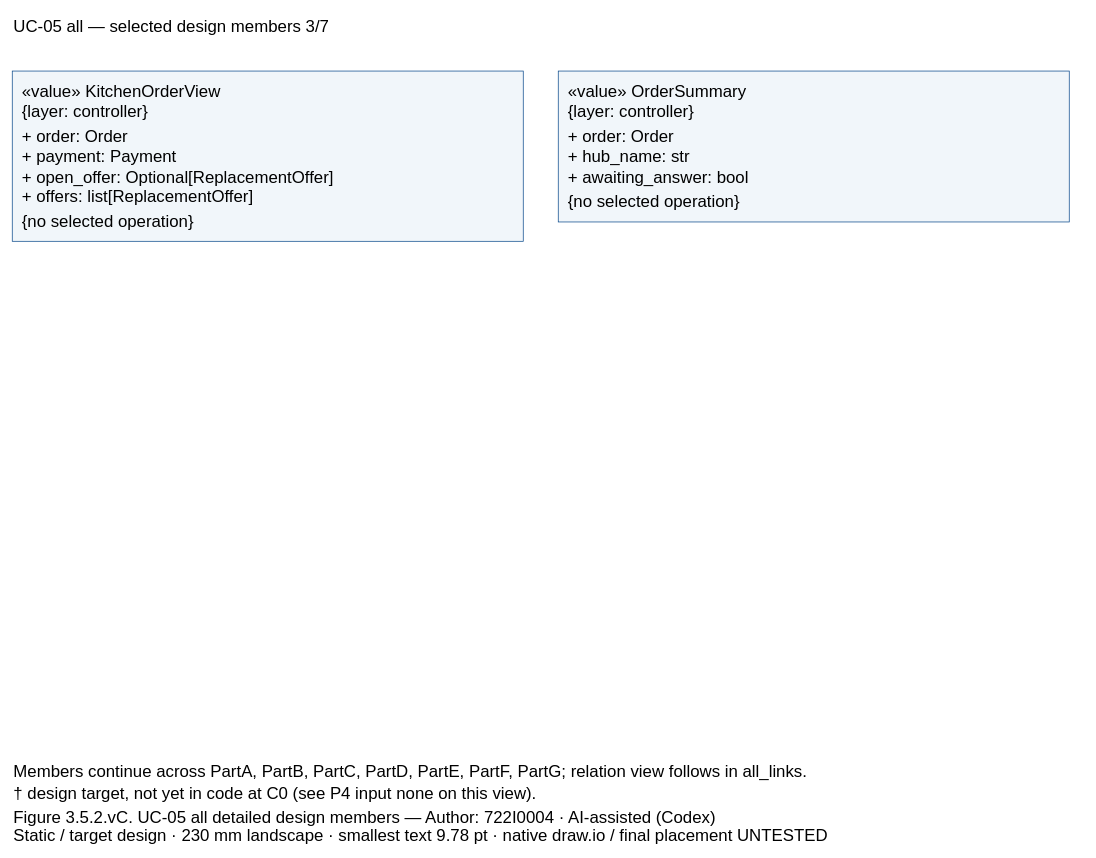
Before: models/UC-05/dcd_uc05_all_PartC.drawio in Dat071104/SaigonBite, a draw.io diagram. Source tidied: cells renumbered, new cells numbered last; positions are measured from the earlier drawing's top-left corner, leaving out a move shared by most shapes. Both pictures are drawn from the tidied source at 70%, with x=0, y=0 at pixel (12, 12).
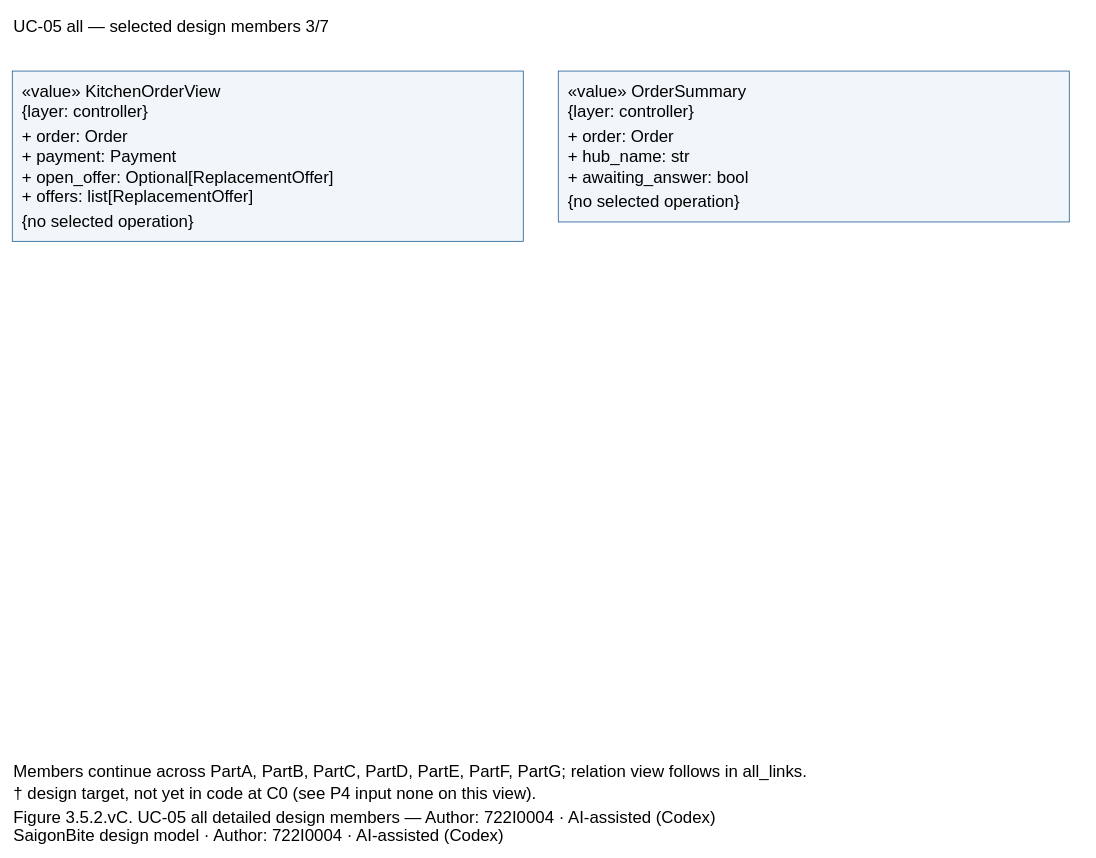
The same page after the edit.

Diff of the diagram source:
```diff
@@
 <mxGraphModel>
   <root>
     <mxCell id="0" />
     <mxCell id="1" parent="0" />
     <mxCell id="2" value="UC-05 all — selected design members 3/7" style="text;align=left;verticalAlign=top;strokeColor=none;fillColor=none;fontFamily=Arial;fontSize=24;whiteSpace=wrap;html=0;" parent="1" vertex="1">
       <mxGeometry width="1530" height="32.2" as="geometry" />
     </mxCell>
     <mxCell id="3" style="fillColor=#F1F6FA;strokeColor=#004387;fontFamily=Arial;fontSize=24;whiteSpace=wrap;html=0;" parent="1" vertex="1">
       <mxGeometry y="84" width="730" height="243.2" as="geometry" />
     </mxCell>
     <mxCell id="4" value="«value» KitchenOrderView&#10;{layer: controller}" style="text;align=left;verticalAlign=top;strokeColor=none;fillColor=none;fontFamily=Arial;fontSize=24;whiteSpace=wrap;html=0;" parent="1" vertex="1">
       <mxGeometry x="12" y="92" width="706" height="55.2" as="geometry" />
     </mxCell>
     <mxCell id="5" value="+ order: Order&#10;+ payment: Payment&#10;+ open_offer: Optional[ReplacementOffer]&#10;+ offers: list[ReplacementOffer]" style="text;align=left;verticalAlign=top;strokeColor=none;fillColor=none;fontFamily=Arial;fontSize=24;whiteSpace=wrap;html=0;" parent="1" vertex="1">
       <mxGeometry x="12" y="157.2" width="706" height="110.4" as="geometry" />
     </mxCell>
     <mxCell id="6" value="{no selected operation}" style="text;align=left;verticalAlign=top;strokeColor=none;fillColor=none;fontFamily=Arial;fontSize=24;whiteSpace=wrap;html=0;" parent="1" vertex="1">
       <mxGeometry x="12" y="277.6" width="706" height="27.6" as="geometry" />
     </mxCell>
     <mxCell id="7" style="fillColor=#F1F6FA;strokeColor=#004387;fontFamily=Arial;fontSize=24;whiteSpace=wrap;html=0;" parent="1" vertex="1">
       <mxGeometry x="780" y="84" width="730" height="215.6" as="geometry" />
     </mxCell>
     <mxCell id="8" value="«value» OrderSummary&#10;{layer: controller}" style="text;align=left;verticalAlign=top;strokeColor=none;fillColor=none;fontFamily=Arial;fontSize=24;whiteSpace=wrap;html=0;" parent="1" vertex="1">
       <mxGeometry x="792" y="92" width="706" height="55.2" as="geometry" />
     </mxCell>
     <mxCell id="9" value="+ order: Order&#10;+ hub_name: str&#10;+ awaiting_answer: bool" style="text;align=left;verticalAlign=top;strokeColor=none;fillColor=none;fontFamily=Arial;fontSize=24;whiteSpace=wrap;html=0;" parent="1" vertex="1">
       <mxGeometry x="792" y="157.2" width="706" height="82.8" as="geometry" />
     </mxCell>
     <mxCell id="10" value="{no selected operation}" style="text;align=left;verticalAlign=top;strokeColor=none;fillColor=none;fontFamily=Arial;fontSize=24;whiteSpace=wrap;html=0;" parent="1" vertex="1">
       <mxGeometry x="792" y="250" width="706" height="27.6" as="geometry" />
     </mxCell>
     <mxCell id="11" value="Members continue across PartA, PartB, PartC, PartD, PartE, PartF, PartG; relation view follows in all_links." style="text;align=left;verticalAlign=top;strokeColor=none;fillColor=none;fontFamily=Arial;fontSize=24;whiteSpace=wrap;html=0;" parent="1" vertex="1">
       <mxGeometry y="1064" width="1530" height="27.6" as="geometry" />
     </mxCell>
     <mxCell id="12" value="† design target, not yet in code at C0 (see P4 input none on this view)." style="text;align=left;verticalAlign=top;strokeColor=none;fillColor=none;fontFamily=Arial;fontSize=24;whiteSpace=wrap;html=0;" parent="1" vertex="1">
       <mxGeometry y="1096" width="1530" height="27.6" as="geometry" />
     </mxCell>
     <mxCell id="13" value="Figure 3.5.2.vC. UC-05 all detailed design members — Author: 722I0004 · AI-assisted (Codex)" style="text;align=left;verticalAlign=top;strokeColor=none;fillColor=none;fontFamily=Arial;fontSize=24;whiteSpace=wrap;html=0;" parent="1" vertex="1">
       <mxGeometry y="1129" width="1530" height="27.6" as="geometry" />
     </mxCell>
-    <mxCell id="14" value="Static / target design · 230 mm landscape · smallest text 9.78 pt · native draw.io / final placement UNTESTED" style="text;align=left;verticalAlign=top;strokeColor=none;fillColor=none;fontFamily=Arial;fontSize=24;whiteSpace=wrap;html=0;" parent="1" vertex="1">
+    <mxCell id="14" value="SaigonBite design model · Author: 722I0004 · AI-assisted (Codex)" style="text;align=left;verticalAlign=top;strokeColor=none;fillColor=none;fontFamily=Arial;fontSize=24;whiteSpace=wrap;html=0;" parent="1" vertex="1">
       <mxGeometry y="1155" width="1530" height="27.6" as="geometry" />
     </mxCell>
   </root>
 </mxGraphModel>
```
